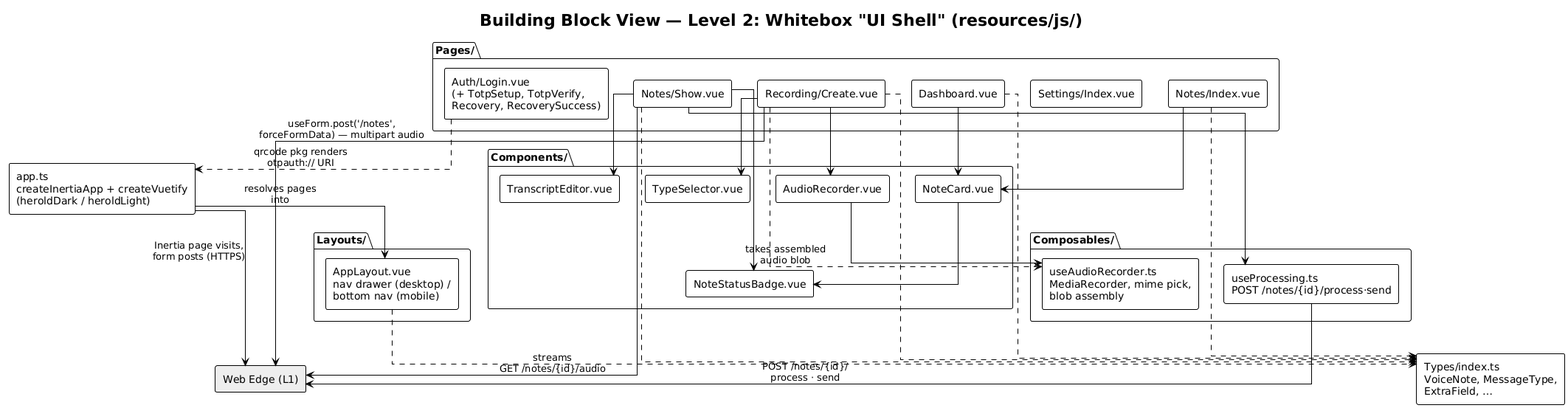
Above: docs/arch/diagrams-png/a05-l2-ui-shell.png in carstenlucke/herold (PlantUML), before the change. Source of this version:
```plantuml
@startuml a05-l2-ui-shell
!theme plain
skinparam linetype ortho
skinparam componentStyle rectangle

title Building Block View — Level 2: Whitebox "UI Shell" (resources/js/)

[app.ts\ncreateInertiaApp + createVuetify\n(heroldDark / heroldLight)] as app

package "Layouts/" {
  [AppLayout.vue\nnav drawer (desktop) /\nbottom nav (mobile)] as layout
}

package "Pages/" {
  [Dashboard.vue] as dashboard
  [Notes/Index.vue] as nindex
  [Notes/Show.vue] as nshow
  [Recording/Create.vue] as create
  [Settings/Index.vue] as psettings
  [Auth/Login.vue\n(+ TotpSetup, TotpVerify,\nRecovery, RecoverySuccess)] as login
}

package "Components/" {
  [AudioRecorder.vue] as recorder
  [NoteCard.vue] as card
  [NoteStatusBadge.vue] as badge
  [TranscriptEditor.vue] as transcript
  [TypeSelector.vue] as typesel
}

package "Composables/" {
  [useAudioRecorder.ts\nMediaRecorder, mime pick,\nblob assembly] as useRec
  [useProcessing.ts\nPOST /notes/{id}/process·send] as useProc
}

[Types/index.ts\nVoiceNote, MessageType,\nExtraField, …] as types

rectangle "Web Edge (L1)" as edge #EEEEEE

app --> layout : resolves pages\ninto
dashboard --> card
nindex --> card
card --> badge
nshow --> badge
nshow --> transcript
nshow --> useProc
create --> typesel
create --> recorder
recorder --> useRec
create ..> useRec : takes assembled\naudio blob
login ..> app : qrcode pkg renders\notpauth:// URI
app --> edge : Inertia page visits,\nform posts (HTTPS)
create --> edge : useForm.post('/notes',\nforceFormData) — multipart audio
useProc --> edge : POST /notes/{id}/\nprocess · send
nshow --> edge : streams\nGET /notes/{id}/audio
layout ..> types
dashboard ..> types
nindex ..> types
nshow ..> types
create ..> types

@enduml
```
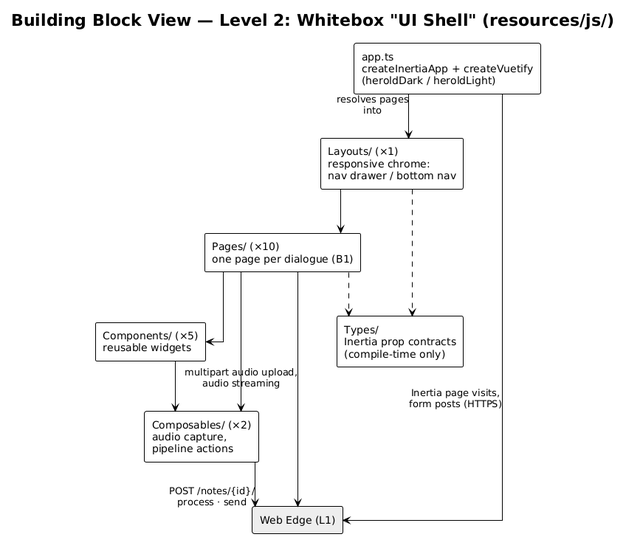
Above is the later version.

Change to the diagram source:
```diff
@@ -7,56 +7,28 @@
 
 [app.ts\ncreateInertiaApp + createVuetify\n(heroldDark / heroldLight)] as app
 
-package "Layouts/" {
-  [AppLayout.vue\nnav drawer (desktop) /\nbottom nav (mobile)] as layout
-}
+[Layouts/ (×1)\nresponsive chrome:\nnav drawer / bottom nav] as layout
 
-package "Pages/" {
-  [Dashboard.vue] as dashboard
-  [Notes/Index.vue] as nindex
-  [Notes/Show.vue] as nshow
-  [Recording/Create.vue] as create
-  [Settings/Index.vue] as psettings
-  [Auth/Login.vue\n(+ TotpSetup, TotpVerify,\nRecovery, RecoverySuccess)] as login
-}
+[Pages/ (×10)\none page per dialogue (B1)] as pages
 
-package "Components/" {
-  [AudioRecorder.vue] as recorder
-  [NoteCard.vue] as card
-  [NoteStatusBadge.vue] as badge
-  [TranscriptEditor.vue] as transcript
-  [TypeSelector.vue] as typesel
-}
+[Components/ (×5)\nreusable widgets] as comps
 
-package "Composables/" {
-  [useAudioRecorder.ts\nMediaRecorder, mime pick,\nblob assembly] as useRec
-  [useProcessing.ts\nPOST /notes/{id}/process·send] as useProc
-}
+[Composables/ (×2)\naudio capture,\npipeline actions] as compo
 
-[Types/index.ts\nVoiceNote, MessageType,\nExtraField, …] as types
+[Types/\nInertia prop contracts\n(compile-time only)] as types
 
 rectangle "Web Edge (L1)" as edge #EEEEEE
 
 app --> layout : resolves pages\ninto
-dashboard --> card
-nindex --> card
-card --> badge
-nshow --> badge
-nshow --> transcript
-nshow --> useProc
-create --> typesel
-create --> recorder
-recorder --> useRec
-create ..> useRec : takes assembled\naudio blob
-login ..> app : qrcode pkg renders\notpauth:// URI
+layout --> pages
+pages --> comps
+comps --> compo
+pages --> compo
+pages ..> types
+layout ..> types
+
 app --> edge : Inertia page visits,\nform posts (HTTPS)
-create --> edge : useForm.post('/notes',\nforceFormData) — multipart audio
-useProc --> edge : POST /notes/{id}/\nprocess · send
-nshow --> edge : streams\nGET /notes/{id}/audio
-layout ..> types
-dashboard ..> types
-nindex ..> types
-nshow ..> types
-create ..> types
+pages --> edge : multipart audio upload,\naudio streaming
+compo --> edge : POST /notes/{id}/\nprocess · send
 
 @enduml
```
